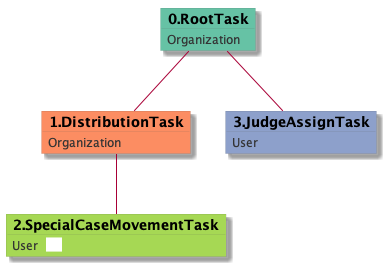
Above: docs-DR/uml/RTO.DTO.SCMTU-41963.png in yoomlam/graphing (PlantUML), before the change.
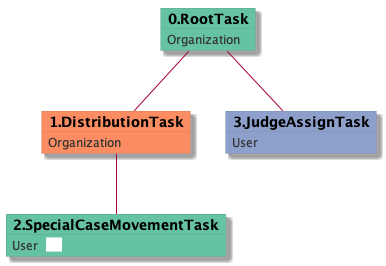
The same file after the commit.

The edit, as a diff of the source:
```diff
@@ -13,7 +13,7 @@
   object 1.DistributionTask #fc8d62 {
 Organization
 }
-  object 2.SpecialCaseMovementTask #a6d854 {
+  object 2.SpecialCaseMovementTask #66c2a5 {
 User  <back:white>    </back>
 }
   object 3.JudgeAssignTask #8da0cb {
```
